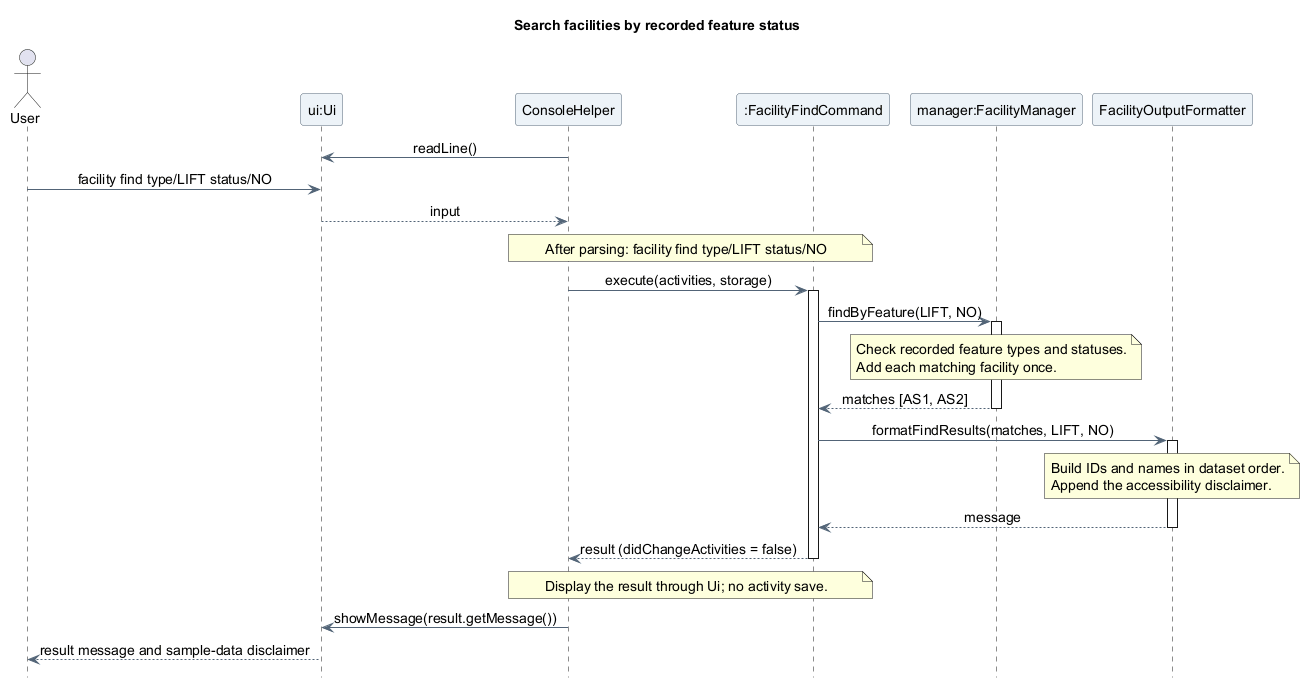
Earlier version of the PlantUML export docs/images/luke/sequence/FacilityLookupSequence.png (AY2627S1-CS2113-T10-4/tp).
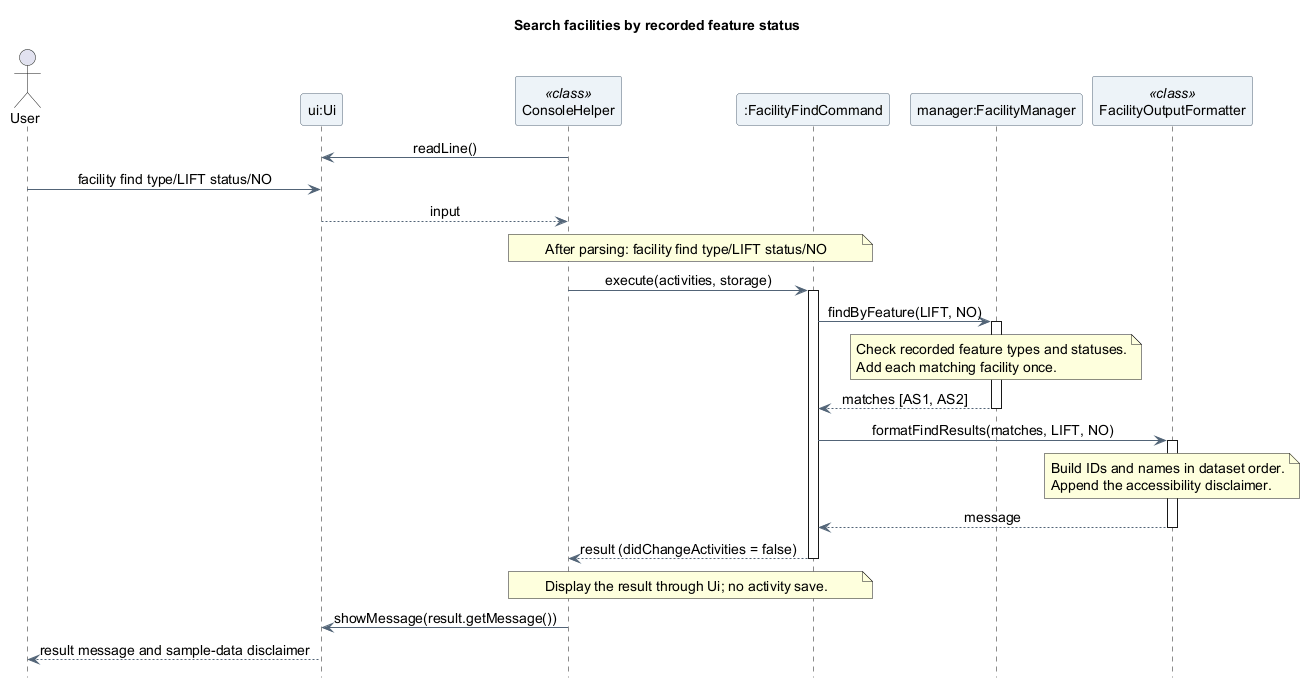
After the change.

The edit, as a diff of the source:
```diff
@@ -12,10 +12,10 @@
 
 actor "User" as User
 participant "ui:Ui" as UI
-participant "ConsoleHelper" as Console
+participant "ConsoleHelper" as Console <<class>>
 participant ":FacilityFindCommand" as Find
 participant "manager:FacilityManager" as Manager
-participant "FacilityOutputFormatter" as Formatter
+participant "FacilityOutputFormatter" as Formatter <<class>>
 
 Console -> UI : readLine()
 User -> UI : facility find type/LIFT status/NO
```
